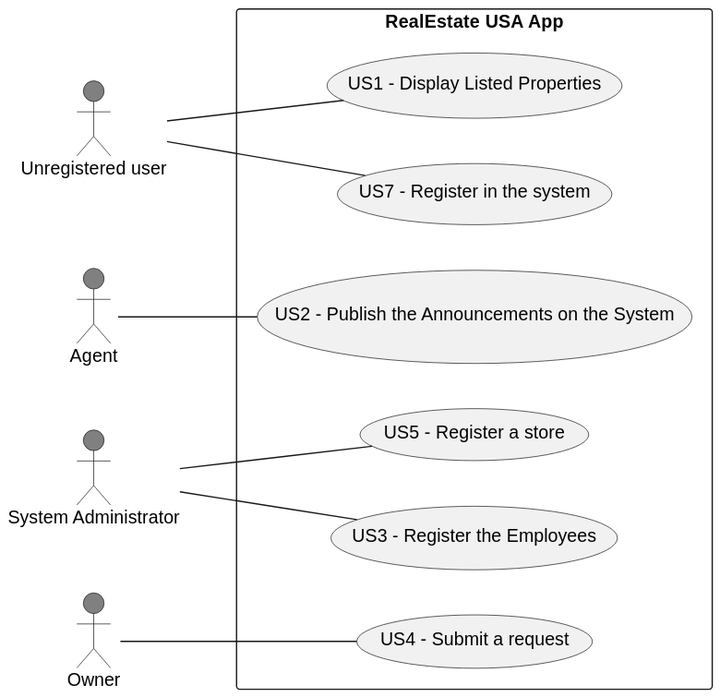
Before: docs/sprintC/global-artifacts/01.requirements-engineering/svg/use-case-diagram.svg, a diagram exported from PlantUML (1220812/LAPR2).
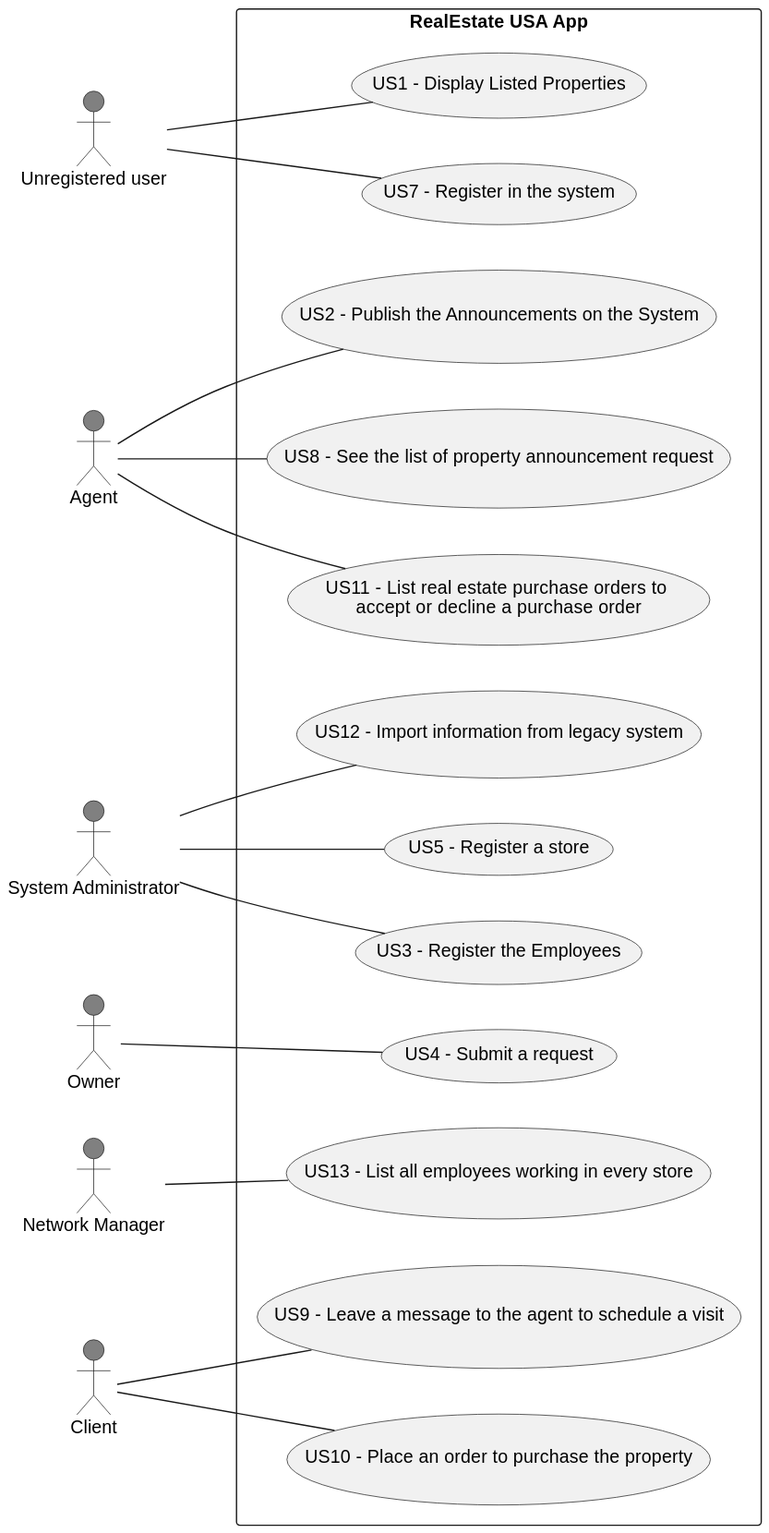
Later version of the same file.

What changed in the source:
```diff
@@ -5,6 +5,8 @@
 actor "Agent" as Agent #grey
 actor "System Administrator" as Admin #grey
 actor "Owner" as Owner #grey
+actor "Network Manager" as NM #grey
+actor "Client" as C #grey
 
 rectangle "RealEstate USA App"{
  usecase "US1 - Display Listed Properties" as UC1
@@ -12,7 +14,13 @@
  usecase "US2 - Publish the Announcements on the System" as UC2
  usecase "US4 - Submit a request" as UC4
  usecase "US5 - Register a store" as UC5
+ usecase "US8 - See the list of property announcement request" as UC8
+ usecase "US9 - Leave a message to the agent to schedule a visit" as UC9
+ usecase "US10 - Place an order to purchase the property" as UC10
+ usecase "US12 - Import information from legacy system" as UC12
  usecase "US3 - Register the Employees" as UC3
+ usecase "US11 - List real estate purchase orders to \naccept or decline a purchase order" as UC11
+ usecase "US13 - List all employees working in every store" as UC13
  }
  unUser -- UC1
  Agent -- UC2
@@ -20,4 +28,10 @@
  Admin -- UC3
  Owner -- UC4
  unUser -- UC7
+ NM -- UC13
+ Agent -- UC11
+ Agent -- UC8
+ C -- UC9
+ C -- UC10
+Admin -- UC12
 @enduml
```
